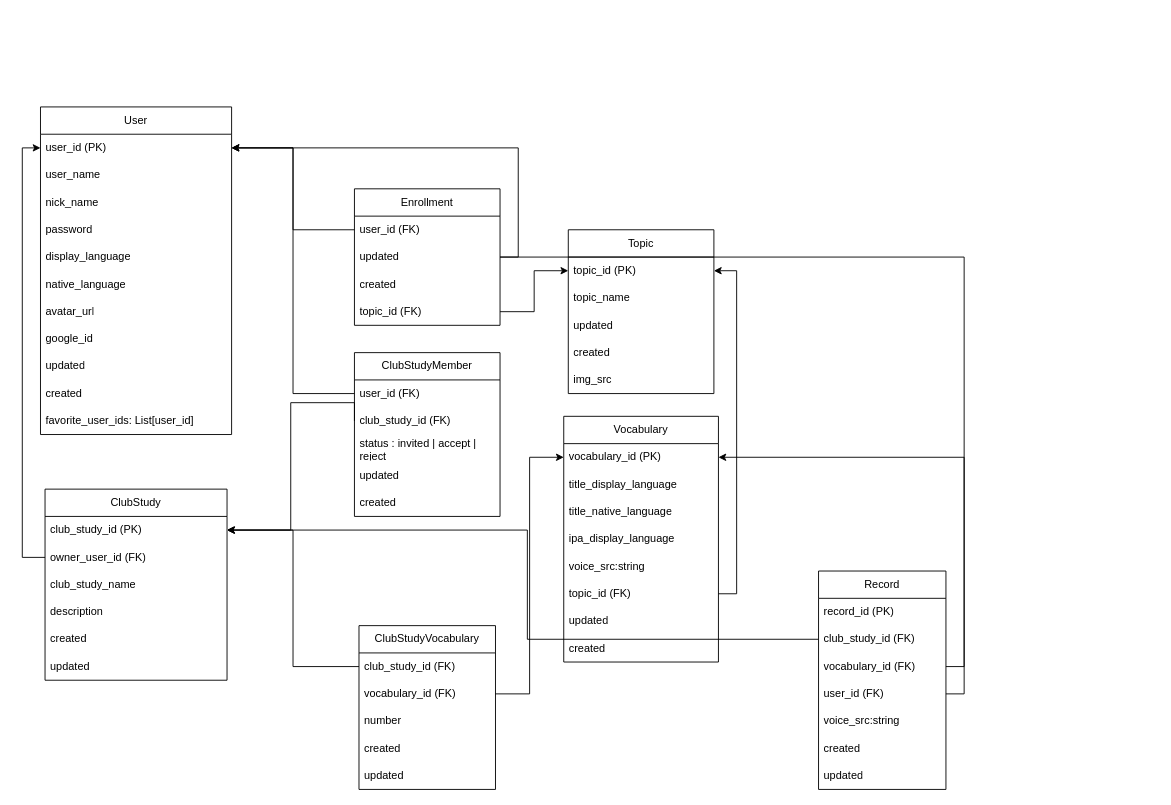
The draw.io diagram docs/db-scheme.dio in dudaji-vn/my-english-accent-webapp, before the edit. Source tidied: cells renumbered, new cells numbered last; positions are measured from the earlier drawing's top-left corner, leaving out a move shared by most shapes. Both pictures are drawn from the tidied source at 91%, with x=0, y=0 at pixel (40, 106).
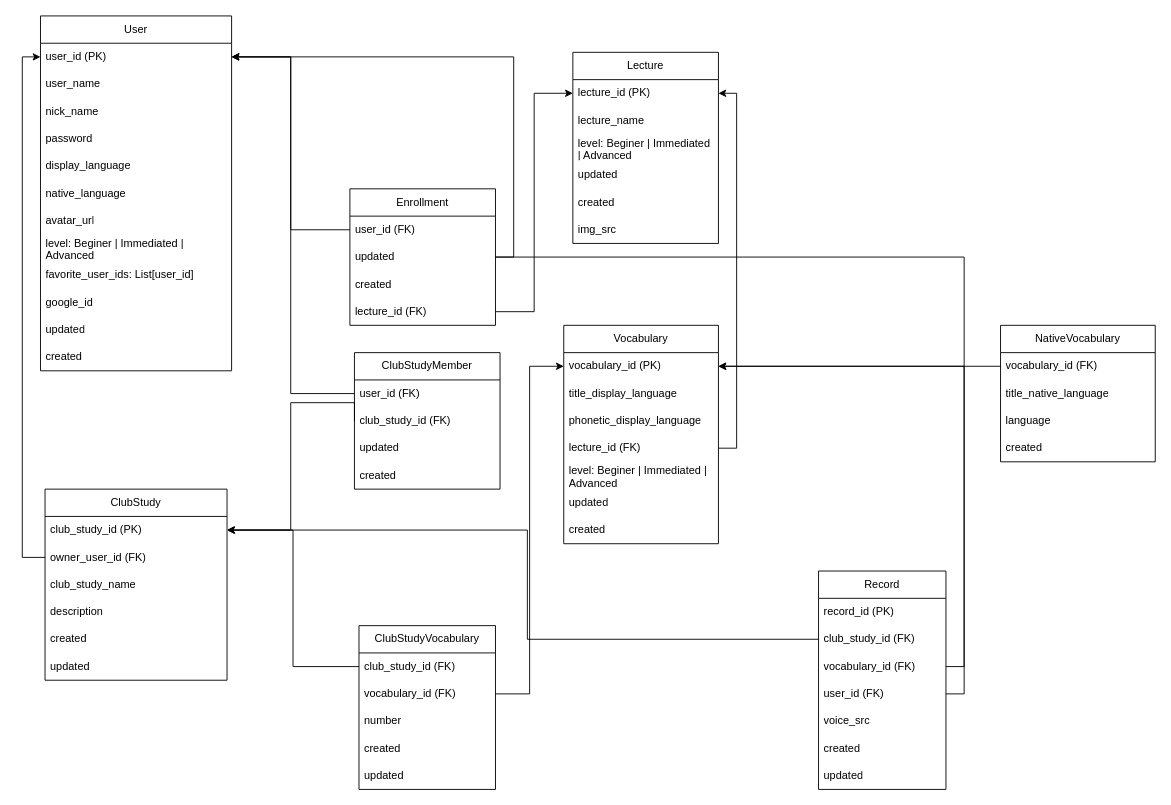
The same page after the edit.

The change refers to these unchanged cells:
```xml
<mxCell id="3" value="user_id (PK)" style="text;strokeColor=none;fillColor=none;align=left;verticalAlign=middle;spacingLeft=4;spacingRight=4;overflow=hidden;points=[[0,0.5],[1,0.5]];portConstraint=eastwest;whiteSpace=wrap;html=1;fontStyle=0;" parent="2" vertex="1">
  <mxGeometry y="30" width="210" height="30" as="geometry" />
</mxCell>
<mxCell id="21" value="vocabulary_id&amp;nbsp;(PK)" style="text;strokeColor=none;fillColor=none;align=left;verticalAlign=middle;spacingLeft=4;spacingRight=4;overflow=hidden;points=[[0,0.5],[1,0.5]];portConstraint=eastwest;whiteSpace=wrap;html=1;" parent="20" vertex="1">
  <mxGeometry y="30" width="170" height="30" as="geometry" />
</mxCell>
<mxCell id="54" value="Record" style="swimlane;fontStyle=0;horizontal=1;startSize=30;whiteSpace=wrap;html=1;" parent="1" vertex="1">
  <mxGeometry x="855" y="510" width="140" height="240" as="geometry" />
</mxCell>
```

The edit, as a diff of the source:
```diff
@@
     <mxCell id="2" value="User&lt;br&gt;" style="swimlane;fontStyle=0;horizontal=1;startSize=30;whiteSpace=wrap;html=1;" parent="1" vertex="1">
-      <mxGeometry width="210" height="360" as="geometry" />
+      <mxGeometry y="-100" width="210" height="390" as="geometry" />
     </mxCell>
@@
+    <mxCell id="73" value="level: Beginer | Immediated | Advanced" style="text;strokeColor=none;fillColor=none;align=left;verticalAlign=middle;spacingLeft=4;spacingRight=4;overflow=hidden;whiteSpace=wrap;html=1;" parent="2" vertex="1">
+      <mxGeometry y="240" width="210" height="30" as="geometry" />
+    </mxCell>
+    <mxCell id="13" value="favorite_user_ids: List[user_id]" style="text;strokeColor=none;fillColor=none;align=left;verticalAlign=middle;spacingLeft=4;spacingRight=4;overflow=hidden;whiteSpace=wrap;html=1;" parent="2" vertex="1">
+      <mxGeometry y="270" width="210" height="30" as="geometry" />
+    </mxCell>
     <mxCell id="10" value="google_id" style="text;strokeColor=none;fillColor=none;align=left;verticalAlign=middle;spacingLeft=4;spacingRight=4;overflow=hidden;whiteSpace=wrap;html=1;" parent="2" vertex="1">
-      <mxGeometry y="240" width="210" height="30" as="geometry" />
+      <mxGeometry y="300" width="210" height="30" as="geometry" />
     </mxCell>
-    <mxCell id="11" value="updated" style="text;strokeColor=none;fillColor=none;align=left;verticalAlign=middle;spacingLeft=4;spacingRight=4;overflow=hidden;whiteSpace=wrap;html=1;" parent="2" vertex="1">
-      <mxGeometry y="270" width="210" height="30" as="geometry" />
-    </mxCell>
-    <mxCell id="12" value="created" style="text;strokeColor=none;fillColor=none;align=left;verticalAlign=middle;spacingLeft=4;spacingRight=4;overflow=hidden;whiteSpace=wrap;html=1;" parent="2" vertex="1">
-      <mxGeometry y="300" width="210" height="30" as="geometry" />
-    </mxCell>
-    <mxCell id="13" value="favorite_user_ids: List[user_id]" style="text;strokeColor=none;fillColor=none;align=left;verticalAlign=middle;spacingLeft=4;spacingRight=4;overflow=hidden;whiteSpace=wrap;html=1;" parent="2" vertex="1">
-      <mxGeometry y="330" width="210" height="30" as="geometry" />
-    </mxCell>
-    <mxCell id="14" value="Topic" style="swimlane;fontStyle=0;horizontal=1;startSize=30;whiteSpace=wrap;html=1;" parent="1" vertex="1">
-      <mxGeometry x="580" y="135" width="160" height="180" as="geometry" />
-    </mxCell>
-    <mxCell id="15" value="topic_id (PK)" style="text;strokeColor=none;fillColor=none;align=left;verticalAlign=middle;spacingLeft=4;spacingRight=4;overflow=hidden;points=[[0,0.5],[1,0.5]];portConstraint=eastwest;whiteSpace=wrap;html=1;" parent="14" vertex="1">
-      <mxGeometry y="30" width="160" height="30" as="geometry" />
-    </mxCell>
-    <mxCell id="16" value="topic_name" style="text;strokeColor=none;fillColor=none;align=left;verticalAlign=middle;spacingLeft=4;spacingRight=4;overflow=hidden;whiteSpace=wrap;html=1;" parent="14" vertex="1">
-      <mxGeometry y="60" width="160" height="30" as="geometry" />
-    </mxCell>
-    <mxCell id="17" value="updated" style="text;strokeColor=none;fillColor=none;align=left;verticalAlign=middle;spacingLeft=4;spacingRight=4;overflow=hidden;whiteSpace=wrap;html=1;" parent="14" vertex="1">
-      <mxGeometry y="90" width="160" height="30" as="geometry" />
-    </mxCell>
-    <mxCell id="18" value="created" style="text;strokeColor=none;fillColor=none;align=left;verticalAlign=middle;spacingLeft=4;spacingRight=4;overflow=hidden;whiteSpace=wrap;html=1;" parent="14" vertex="1">
-      <mxGeometry y="120" width="160" height="30" as="geometry" />
-    </mxCell>
+    <mxCell id="74" value="updated" style="text;strokeColor=none;fillColor=none;align=left;verticalAlign=middle;spacingLeft=4;spacingRight=4;overflow=hidden;whiteSpace=wrap;html=1;" parent="2" vertex="1">
+      <mxGeometry y="330" width="210" height="30" as="geometry" />
+    </mxCell>
+    <mxCell id="75" value="created" style="text;strokeColor=none;fillColor=none;align=left;verticalAlign=middle;spacingLeft=4;spacingRight=4;overflow=hidden;whiteSpace=wrap;html=1;" parent="2" vertex="1">
+      <mxGeometry y="360" width="210" height="30" as="geometry" />
+    </mxCell>
+    <mxCell id="76" value="Lecture" style="swimlane;fontStyle=0;horizontal=1;startSize=30;whiteSpace=wrap;html=1;" parent="1" vertex="1">
+      <mxGeometry x="585" y="-60" width="160" height="210" as="geometry" />
+    </mxCell>
+    <mxCell id="77" value="lecture_id (PK)" style="text;strokeColor=none;fillColor=none;align=left;verticalAlign=middle;spacingLeft=4;spacingRight=4;overflow=hidden;points=[[0,0.5],[1,0.5]];portConstraint=eastwest;whiteSpace=wrap;html=1;" parent="76" vertex="1">
+      <mxGeometry y="30" width="160" height="30" as="geometry" />
+    </mxCell>
+    <mxCell id="78" value="lecture_name" style="text;strokeColor=none;fillColor=none;align=left;verticalAlign=middle;spacingLeft=4;spacingRight=4;overflow=hidden;whiteSpace=wrap;html=1;" parent="76" vertex="1">
+      <mxGeometry y="60" width="160" height="30" as="geometry" />
+    </mxCell>
+    <mxCell id="79" value="level: Beginer | Immediated | Advanced" style="text;strokeColor=none;fillColor=none;align=left;verticalAlign=middle;spacingLeft=4;spacingRight=4;overflow=hidden;whiteSpace=wrap;html=1;" parent="76" vertex="1">
+      <mxGeometry y="90" width="160" height="30" as="geometry" />
+    </mxCell>
+    <mxCell id="41" value="updated" style="text;strokeColor=none;fillColor=none;align=left;verticalAlign=middle;spacingLeft=4;spacingRight=4;overflow=hidden;whiteSpace=wrap;html=1;" parent="76" vertex="1">
+      <mxGeometry y="120" width="160" height="30" as="geometry" />
+    </mxCell>
+    <mxCell id="42" value="created" style="text;strokeColor=none;fillColor=none;align=left;verticalAlign=middle;spacingLeft=4;spacingRight=4;overflow=hidden;whiteSpace=wrap;html=1;" parent="76" vertex="1">
+      <mxGeometry y="150" width="160" height="30" as="geometry" />
+    </mxCell>
-    <mxCell id="19" value="img_src" style="text;strokeColor=none;fillColor=none;align=left;verticalAlign=middle;spacingLeft=4;spacingRight=4;overflow=hidden;whiteSpace=wrap;html=1;" parent="14" vertex="1">
-      <mxGeometry y="150" width="160" height="30" as="geometry" />
+    <mxCell id="19" value="img_src" style="text;strokeColor=none;fillColor=none;align=left;verticalAlign=middle;spacingLeft=4;spacingRight=4;overflow=hidden;whiteSpace=wrap;html=1;" parent="76" vertex="1">
+      <mxGeometry y="180" width="160" height="30" as="geometry" />
     </mxCell>
     <mxCell id="20" value="Vocabulary" style="swimlane;fontStyle=0;horizontal=1;startSize=30;whiteSpace=wrap;html=1;" parent="1" vertex="1">
-      <mxGeometry x="575" y="340" width="170" height="270" as="geometry" />
+      <mxGeometry x="575" y="240" width="170" height="240" as="geometry" />
     </mxCell>
@@
-    <mxCell id="23" value="title_native_language" style="text;strokeColor=none;fillColor=none;align=left;verticalAlign=middle;spacingLeft=4;spacingRight=4;overflow=hidden;whiteSpace=wrap;html=1;" parent="20" vertex="1">
-      <mxGeometry y="90" width="170" height="30" as="geometry" />
-    </mxCell>
-    <mxCell id="24" value="ipa_display_language" style="text;strokeColor=none;fillColor=none;align=left;verticalAlign=middle;spacingLeft=4;spacingRight=4;overflow=hidden;whiteSpace=wrap;html=1;" parent="20" vertex="1">
-      <mxGeometry y="120" width="170" height="30" as="geometry" />
-    </mxCell>
-    <mxCell id="25" value="voice_src:string" style="text;strokeColor=none;fillColor=none;align=left;verticalAlign=middle;spacingLeft=4;spacingRight=4;overflow=hidden;whiteSpace=wrap;html=1;" parent="20" vertex="1">
-      <mxGeometry y="150" width="170" height="30" as="geometry" />
-    </mxCell>
-    <mxCell id="26" value="topic_id (FK)" style="text;strokeColor=none;fillColor=none;align=left;verticalAlign=middle;spacingLeft=4;spacingRight=4;overflow=hidden;points=[[0,0.5],[1,0.5]];portConstraint=eastwest;whiteSpace=wrap;html=1;" parent="20" vertex="1">
-      <mxGeometry y="180" width="170" height="30" as="geometry" />
-    </mxCell>
-    <mxCell id="27" value="updated" style="text;strokeColor=none;fillColor=none;align=left;verticalAlign=middle;spacingLeft=4;spacingRight=4;overflow=hidden;whiteSpace=wrap;html=1;" parent="20" vertex="1">
-      <mxGeometry y="210" width="170" height="30" as="geometry" />
-    </mxCell>
-    <mxCell id="28" value="created" style="text;strokeColor=none;fillColor=none;align=left;verticalAlign=middle;spacingLeft=4;spacingRight=4;overflow=hidden;whiteSpace=wrap;html=1;" parent="20" vertex="1">
-      <mxGeometry y="240" width="170" height="30" as="geometry" />
-    </mxCell>
+    <mxCell id="80" value="phonetic_display_language" style="text;strokeColor=none;fillColor=none;align=left;verticalAlign=middle;spacingLeft=4;spacingRight=4;overflow=hidden;whiteSpace=wrap;html=1;" parent="20" vertex="1">
+      <mxGeometry y="90" width="170" height="30" as="geometry" />
+    </mxCell>
+    <mxCell id="81" value="lecture_id (FK)" style="text;strokeColor=none;fillColor=none;align=left;verticalAlign=middle;spacingLeft=4;spacingRight=4;overflow=hidden;points=[[0,0.5],[1,0.5]];portConstraint=eastwest;whiteSpace=wrap;html=1;" parent="20" vertex="1">
+      <mxGeometry y="120" width="170" height="30" as="geometry" />
+    </mxCell>
+    <mxCell id="82" value="level: Beginer | Immediated | Advanced" style="text;strokeColor=none;fillColor=none;align=left;verticalAlign=middle;spacingLeft=4;spacingRight=4;overflow=hidden;whiteSpace=wrap;html=1;" parent="20" vertex="1">
+      <mxGeometry y="150" width="170" height="30" as="geometry" />
+    </mxCell>
+    <mxCell id="83" value="updated" style="text;strokeColor=none;fillColor=none;align=left;verticalAlign=middle;spacingLeft=4;spacingRight=4;overflow=hidden;whiteSpace=wrap;html=1;" parent="20" vertex="1">
+      <mxGeometry y="180" width="170" height="30" as="geometry" />
+    </mxCell>
+    <mxCell id="84" value="created" style="text;strokeColor=none;fillColor=none;align=left;verticalAlign=middle;spacingLeft=4;spacingRight=4;overflow=hidden;whiteSpace=wrap;html=1;" parent="20" vertex="1">
+      <mxGeometry y="210" width="170" height="30" as="geometry" />
+    </mxCell>
@@
     <mxCell id="37" value="ClubStudyMember" style="swimlane;fontStyle=0;horizontal=1;startSize=30;whiteSpace=wrap;html=1;" parent="1" vertex="1">
-      <mxGeometry x="345" y="270" width="160" height="180" as="geometry" />
+      <mxGeometry x="345" y="270" width="160" height="150" as="geometry" />
     </mxCell>
-    <mxCell id="38" value="user_id (FK)" style="text;strokeColor=none;fillColor=none;align=left;verticalAlign=middle;spacingLeft=4;spacingRight=4;overflow=hidden;points=[[0,0.5],[1,0.5]];portConstraint=eastwest;whiteSpace=wrap;html=1;" parent="37" vertex="1">
-      <mxGeometry y="30" width="160" height="30" as="geometry" />
-    </mxCell>
+    <mxCell id="85" value="user_id (FK)" style="text;strokeColor=none;fillColor=none;align=left;verticalAlign=middle;spacingLeft=4;spacingRight=4;overflow=hidden;points=[[0,0.5],[1,0.5]];portConstraint=eastwest;whiteSpace=wrap;html=1;" parent="37" vertex="1">
+      <mxGeometry y="30" width="160" height="30" as="geometry" />
+    </mxCell>
@@
-    <mxCell id="40" value="status : invited | accept | reject" style="text;strokeColor=none;fillColor=none;align=left;verticalAlign=middle;spacingLeft=4;spacingRight=4;overflow=hidden;whiteSpace=wrap;html=1;" parent="37" vertex="1">
-      <mxGeometry y="90" width="160" height="30" as="geometry" />
-    </mxCell>
-    <mxCell id="41" value="updated" style="text;strokeColor=none;fillColor=none;align=left;verticalAlign=middle;spacingLeft=4;spacingRight=4;overflow=hidden;whiteSpace=wrap;html=1;" parent="37" vertex="1">
-      <mxGeometry y="120" width="160" height="30" as="geometry" />
-    </mxCell>
-    <mxCell id="42" value="created" style="text;strokeColor=none;fillColor=none;align=left;verticalAlign=middle;spacingLeft=4;spacingRight=4;overflow=hidden;whiteSpace=wrap;html=1;" parent="37" vertex="1">
-      <mxGeometry y="150" width="160" height="30" as="geometry" />
-    </mxCell>
+    <mxCell id="17" value="updated" style="text;strokeColor=none;fillColor=none;align=left;verticalAlign=middle;spacingLeft=4;spacingRight=4;overflow=hidden;whiteSpace=wrap;html=1;" parent="37" vertex="1">
+      <mxGeometry y="90" width="160" height="30" as="geometry" />
+    </mxCell>
+    <mxCell id="18" value="created" style="text;strokeColor=none;fillColor=none;align=left;verticalAlign=middle;spacingLeft=4;spacingRight=4;overflow=hidden;whiteSpace=wrap;html=1;" parent="37" vertex="1">
+      <mxGeometry y="120" width="160" height="30" as="geometry" />
+    </mxCell>
@@
-    <mxCell id="50" style="edgeStyle=orthogonalEdgeStyle;rounded=0;jettySize=auto;html=1;exitX=1;exitY=0.5;exitDx=0;exitDy=0;" parent="1" edge="1" source="72" target="15">
-      <mxGeometry relative="1" as="geometry" />
-    </mxCell>
-    <mxCell id="51" style="edgeStyle=orthogonalEdgeStyle;rounded=0;jettySize=auto;html=1;exitX=0;exitY=0.5;exitDx=0;exitDy=0;" parent="1" edge="1" source="69" target="3">
-      <mxGeometry relative="1" as="geometry" />
-    </mxCell>
-    <mxCell id="52" style="edgeStyle=orthogonalEdgeStyle;rounded=0;jettySize=auto;html=1;exitX=0;exitY=0.5;exitDx=0;exitDy=0;" parent="1" edge="1" source="38" target="3">
-      <mxGeometry relative="1" as="geometry" />
-    </mxCell>
+    <mxCell id="86" style="edgeStyle=orthogonalEdgeStyle;rounded=0;jettySize=auto;html=1;exitX=1;exitY=0.5;exitDx=0;exitDy=0;" parent="1" edge="1" source="92" target="77">
+      <mxGeometry relative="1" as="geometry" />
+    </mxCell>
+    <mxCell id="87" style="edgeStyle=orthogonalEdgeStyle;rounded=0;jettySize=auto;html=1;exitX=0;exitY=0.5;exitDx=0;exitDy=0;" parent="1" edge="1" source="91" target="3">
+      <mxGeometry relative="1" as="geometry" />
+    </mxCell>
+    <mxCell id="88" style="edgeStyle=orthogonalEdgeStyle;rounded=0;jettySize=auto;html=1;exitX=0;exitY=0.5;exitDx=0;exitDy=0;entryX=1;entryY=0.5;entryDx=0;entryDy=0;" parent="1" edge="1" source="85" target="3">
+      <mxGeometry relative="1" as="geometry">
+        <Array as="points">
+          <mxPoint x="275" y="315" />
+          <mxPoint x="275" y="-55" />
+        </Array>
+      </mxGeometry>
+    </mxCell>
@@
-    <mxCell id="59" value="voice_src:string" style="text;strokeColor=none;fillColor=none;align=left;verticalAlign=middle;spacingLeft=4;spacingRight=4;overflow=hidden;whiteSpace=wrap;html=1;" parent="54" vertex="1">
-      <mxGeometry y="150" width="140" height="30" as="geometry" />
-    </mxCell>
+    <mxCell id="89" value="voice_src" style="text;strokeColor=none;fillColor=none;align=left;verticalAlign=middle;spacingLeft=4;spacingRight=4;overflow=hidden;whiteSpace=wrap;html=1;" parent="54" vertex="1">
+      <mxGeometry y="150" width="140" height="30" as="geometry" />
+    </mxCell>
@@
-    <mxCell id="64" style="edgeStyle=orthogonalEdgeStyle;shape=connector;rounded=0;jettySize=auto;html=1;exitX=1;exitY=0.5;exitDx=0;exitDy=0;entryX=1;entryY=0.5;entryDx=0;entryDy=0;labelBackgroundColor=default;strokeColor=default;align=center;verticalAlign=middle;fontFamily=Helvetica;fontSize=11;fontColor=default;endArrow=classic;" parent="1" edge="1" source="26" target="15">
-      <mxGeometry relative="1" as="geometry" />
-    </mxCell>
+    <mxCell id="90" style="edgeStyle=orthogonalEdgeStyle;shape=connector;rounded=0;jettySize=auto;html=1;exitX=1;exitY=0.5;exitDx=0;exitDy=0;entryX=1;entryY=0.5;entryDx=0;entryDy=0;labelBackgroundColor=default;strokeColor=default;align=center;verticalAlign=middle;fontFamily=Helvetica;fontSize=11;fontColor=default;endArrow=classic;" parent="1" edge="1" source="81" target="77">
+      <mxGeometry relative="1" as="geometry" />
+    </mxCell>
@@
     <mxCell id="68" value="Enrollment" style="swimlane;fontStyle=0;horizontal=1;startSize=30;whiteSpace=wrap;html=1;" parent="1" vertex="1">
-      <mxGeometry x="345" y="90" width="160" height="150" as="geometry" />
+      <mxGeometry x="340" y="90" width="160" height="150" as="geometry" />
     </mxCell>
-    <mxCell id="69" value="user_id (FK)" style="text;strokeColor=none;fillColor=none;align=left;verticalAlign=middle;spacingLeft=4;spacingRight=4;overflow=hidden;points=[[0,0.5],[1,0.5]];portConstraint=eastwest;whiteSpace=wrap;html=1;" parent="68" vertex="1">
-      <mxGeometry y="30" width="160" height="30" as="geometry" />
-    </mxCell>
+    <mxCell id="91" value="user_id (FK)" style="text;strokeColor=none;fillColor=none;align=left;verticalAlign=middle;spacingLeft=4;spacingRight=4;overflow=hidden;points=[[0,0.5],[1,0.5]];portConstraint=eastwest;whiteSpace=wrap;html=1;" parent="68" vertex="1">
+      <mxGeometry y="30" width="160" height="30" as="geometry" />
+    </mxCell>
@@
-    <mxCell id="72" value="topic_id&amp;nbsp;(FK)" style="text;strokeColor=none;fillColor=none;align=left;verticalAlign=middle;spacingLeft=4;spacingRight=4;overflow=hidden;points=[[0,0.5],[1,0.5]];portConstraint=eastwest;whiteSpace=wrap;html=1;" parent="68" vertex="1">
-      <mxGeometry y="120" width="160" height="30" as="geometry" />
-    </mxCell>
+    <mxCell id="92" value="lecture_id (FK)" style="text;strokeColor=none;fillColor=none;align=left;verticalAlign=middle;spacingLeft=4;spacingRight=4;overflow=hidden;points=[[0,0.5],[1,0.5]];portConstraint=eastwest;whiteSpace=wrap;html=1;" parent="68" vertex="1">
+      <mxGeometry y="120" width="160" height="30" as="geometry" />
+    </mxCell>
+    <mxCell id="93" value="NativeVocabulary" style="swimlane;fontStyle=0;horizontal=1;startSize=30;whiteSpace=wrap;html=1;" parent="1" vertex="1">
+      <mxGeometry x="1055" y="240" width="170" height="150" as="geometry" />
+    </mxCell>
+    <mxCell id="94" value="vocabulary_id (FK)" style="text;strokeColor=none;fillColor=none;align=left;verticalAlign=middle;spacingLeft=4;spacingRight=4;overflow=hidden;points=[[0,0.5],[1,0.5]];portConstraint=eastwest;whiteSpace=wrap;html=1;" parent="93" vertex="1">
+      <mxGeometry y="30" width="170" height="30" as="geometry" />
+    </mxCell>
+    <mxCell id="23" value="title_native_language" style="text;strokeColor=none;fillColor=none;align=left;verticalAlign=middle;spacingLeft=4;spacingRight=4;overflow=hidden;whiteSpace=wrap;html=1;" parent="93" vertex="1">
+      <mxGeometry y="60" width="170" height="30" as="geometry" />
+    </mxCell>
+    <mxCell id="95" value="language" style="text;strokeColor=none;fillColor=none;align=left;verticalAlign=middle;spacingLeft=4;spacingRight=4;overflow=hidden;whiteSpace=wrap;html=1;" parent="93" vertex="1">
+      <mxGeometry y="90" width="170" height="30" as="geometry" />
+    </mxCell>
+    <mxCell id="96" value="created" style="text;strokeColor=none;fillColor=none;align=left;verticalAlign=middle;spacingLeft=4;spacingRight=4;overflow=hidden;whiteSpace=wrap;html=1;" parent="93" vertex="1">
+      <mxGeometry y="120" width="170" height="30" as="geometry" />
+    </mxCell>
+    <mxCell id="97" style="edgeStyle=orthogonalEdgeStyle;rounded=0;jettySize=auto;html=1;exitX=0;exitY=0.5;exitDx=0;exitDy=0;" parent="1" edge="1" source="94" target="21">
+      <mxGeometry relative="1" as="geometry" />
+    </mxCell>
```
